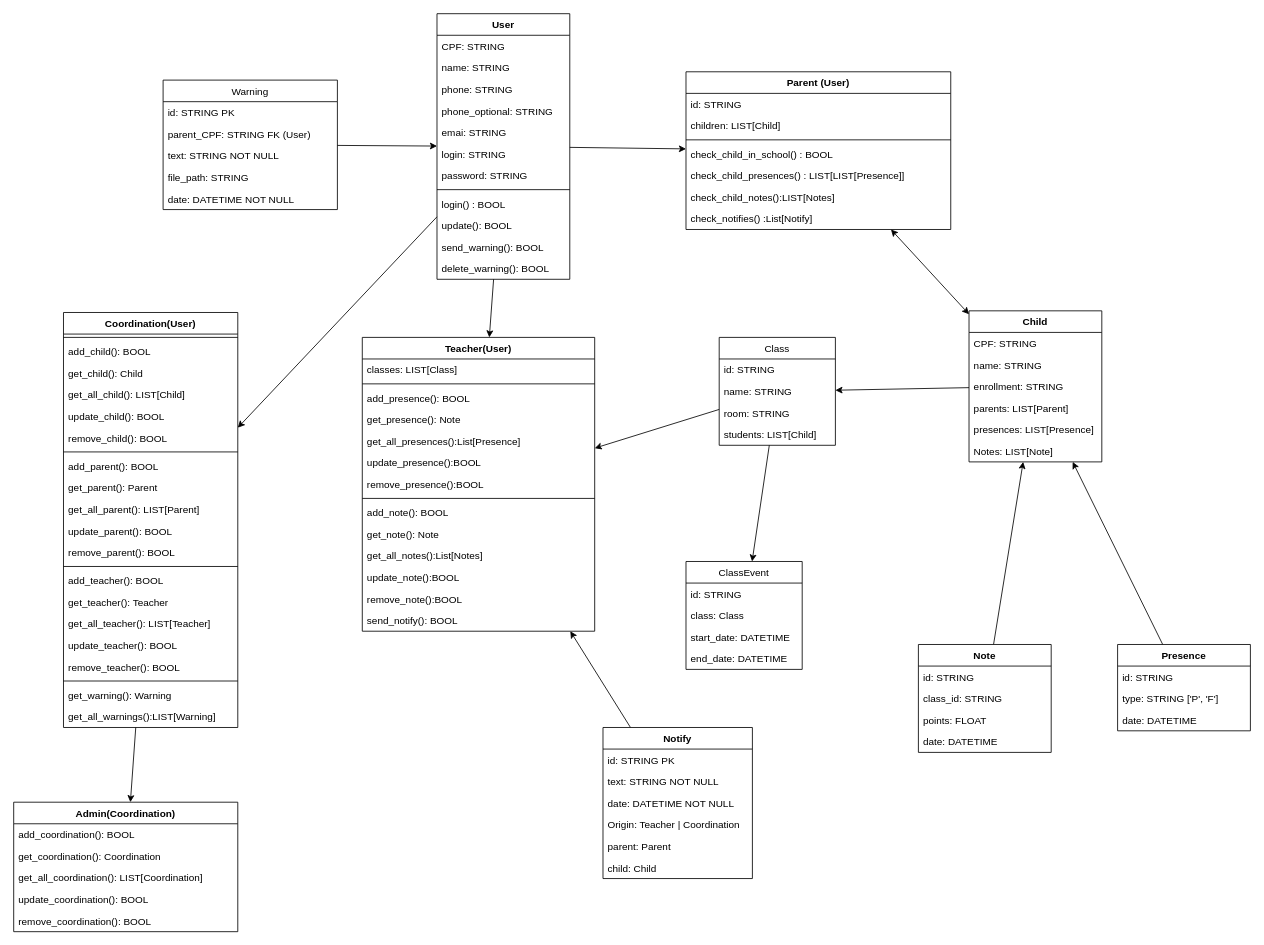
The draw.io diagram docs/diagrams/class.drawio in mauriciobenjamin700/SMEIF, before the edit. Source tidied: cells renumbered, new cells numbered last; positions are measured from the earlier drawing's top-left corner, leaving out a move shared by most shapes. Both pictures are drawn from the tidied source at 83%, with x=0, y=0 at pixel (13, 13).
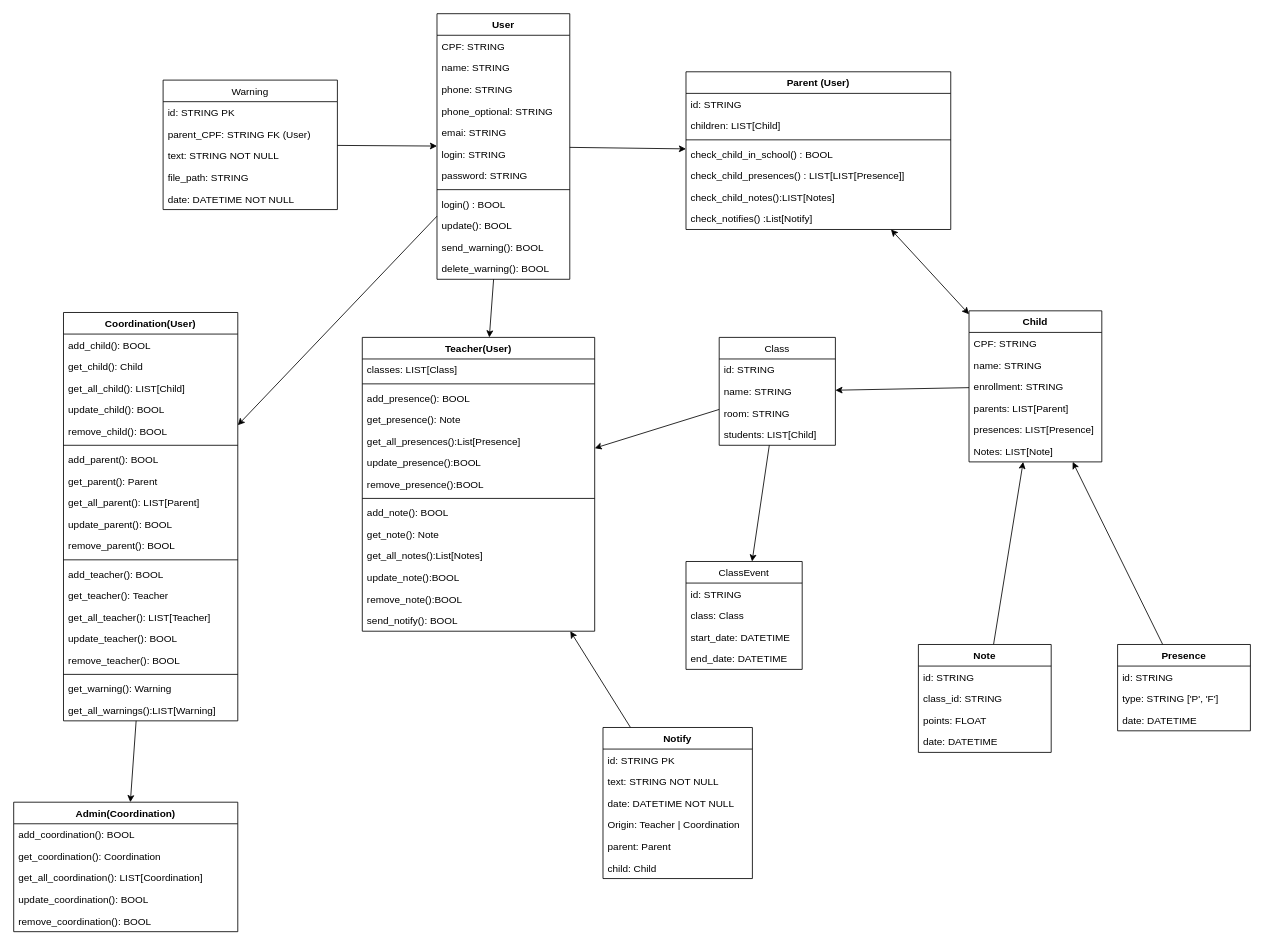
The same page after the edit.

The edit, as a diff of the source:
```diff
@@
     <mxCell id="41" value="Coordination(User)" style="swimlane;fontStyle=1;align=center;verticalAlign=top;horizontal=1;startSize=26;" parent="1" vertex="1">
-      <mxGeometry x="60" y="360" width="210" height="500" as="geometry" />
+      <mxGeometry x="60" y="360" width="210" height="492" as="geometry" />
     </mxCell>
-    <mxCell id="42" style="line;strokeWidth=1;fillColor=none;align=left;verticalAlign=middle;spacingTop=-1;spacingLeft=3;spacingRight=3;labelPosition=right;strokeColor=inherit;" parent="41" vertex="1">
-      <mxGeometry y="26" width="210" height="8" as="geometry" />
-    </mxCell>
     <mxCell id="43" value="add_child(): BOOL" style="text;strokeColor=none;fillColor=none;align=left;verticalAlign=top;spacingLeft=4;spacingRight=4;overflow=hidden;" parent="41" vertex="1">
-      <mxGeometry y="34" width="210" height="26" as="geometry" />
+      <mxGeometry y="26" width="210" height="26" as="geometry" />
     </mxCell>
     <mxCell id="44" value="get_child(): Child" style="text;strokeColor=none;fillColor=none;align=left;verticalAlign=top;spacingLeft=4;spacingRight=4;overflow=hidden;" parent="41" vertex="1">
-      <mxGeometry y="60" width="210" height="26" as="geometry" />
+      <mxGeometry y="52" width="210" height="26" as="geometry" />
     </mxCell>
     <mxCell id="45" value="get_all_child(): LIST[Child]" style="text;strokeColor=none;fillColor=none;align=left;verticalAlign=top;spacingLeft=4;spacingRight=4;overflow=hidden;" parent="41" vertex="1">
-      <mxGeometry y="86" width="210" height="26" as="geometry" />
+      <mxGeometry y="78" width="210" height="26" as="geometry" />
     </mxCell>
     <mxCell id="46" value="update_child(): BOOL" style="text;strokeColor=none;fillColor=none;align=left;verticalAlign=top;spacingLeft=4;spacingRight=4;overflow=hidden;" parent="41" vertex="1">
-      <mxGeometry y="112" width="210" height="26" as="geometry" />
+      <mxGeometry y="104" width="210" height="26" as="geometry" />
     </mxCell>
     <mxCell id="47" value="remove_child(): BOOL" style="text;strokeColor=none;fillColor=none;align=left;verticalAlign=top;spacingLeft=4;spacingRight=4;overflow=hidden;" parent="41" vertex="1">
-      <mxGeometry y="138" width="210" height="26" as="geometry" />
+      <mxGeometry y="130" width="210" height="26" as="geometry" />
     </mxCell>
     <mxCell id="48" style="line;strokeWidth=1;fillColor=none;align=left;verticalAlign=middle;spacingTop=-1;spacingLeft=3;spacingRight=3;labelPosition=right;strokeColor=inherit;" parent="41" vertex="1">
-      <mxGeometry y="164" width="210" height="8" as="geometry" />
+      <mxGeometry y="156" width="210" height="8" as="geometry" />
     </mxCell>
     <mxCell id="49" value="add_parent(): BOOL" style="text;strokeColor=none;fillColor=none;align=left;verticalAlign=top;spacingLeft=4;spacingRight=4;overflow=hidden;" parent="41" vertex="1">
-      <mxGeometry y="172" width="210" height="26" as="geometry" />
+      <mxGeometry y="164" width="210" height="26" as="geometry" />
     </mxCell>
     <mxCell id="50" value="get_parent(): Parent" style="text;strokeColor=none;fillColor=none;align=left;verticalAlign=top;spacingLeft=4;spacingRight=4;overflow=hidden;" parent="41" vertex="1">
-      <mxGeometry y="198" width="210" height="26" as="geometry" />
+      <mxGeometry y="190" width="210" height="26" as="geometry" />
     </mxCell>
     <mxCell id="51" value="get_all_parent(): LIST[Parent]" style="text;strokeColor=none;fillColor=none;align=left;verticalAlign=top;spacingLeft=4;spacingRight=4;overflow=hidden;" parent="41" vertex="1">
-      <mxGeometry y="224" width="210" height="26" as="geometry" />
+      <mxGeometry y="216" width="210" height="26" as="geometry" />
     </mxCell>
     <mxCell id="52" value="update_parent(): BOOL" style="text;strokeColor=none;fillColor=none;align=left;verticalAlign=top;spacingLeft=4;spacingRight=4;overflow=hidden;" parent="41" vertex="1">
-      <mxGeometry y="250" width="210" height="26" as="geometry" />
+      <mxGeometry y="242" width="210" height="26" as="geometry" />
     </mxCell>
     <mxCell id="53" value="remove_parent(): BOOL" style="text;strokeColor=none;fillColor=none;align=left;verticalAlign=top;spacingLeft=4;spacingRight=4;overflow=hidden;" parent="41" vertex="1">
-      <mxGeometry y="276" width="210" height="26" as="geometry" />
+      <mxGeometry y="268" width="210" height="26" as="geometry" />
     </mxCell>
     <mxCell id="54" style="line;strokeWidth=1;fillColor=none;align=left;verticalAlign=middle;spacingTop=-1;spacingLeft=3;spacingRight=3;labelPosition=right;strokeColor=inherit;" parent="41" vertex="1">
-      <mxGeometry y="302" width="210" height="8" as="geometry" />
+      <mxGeometry y="294" width="210" height="8" as="geometry" />
     </mxCell>
     <mxCell id="55" value="add_teacher(): BOOL" style="text;strokeColor=none;fillColor=none;align=left;verticalAlign=top;spacingLeft=4;spacingRight=4;overflow=hidden;" parent="41" vertex="1">
-      <mxGeometry y="310" width="210" height="26" as="geometry" />
+      <mxGeometry y="302" width="210" height="26" as="geometry" />
     </mxCell>
     <mxCell id="56" value="get_teacher(): Teacher" style="text;strokeColor=none;fillColor=none;align=left;verticalAlign=top;spacingLeft=4;spacingRight=4;overflow=hidden;" parent="41" vertex="1">
-      <mxGeometry y="336" width="210" height="26" as="geometry" />
+      <mxGeometry y="328" width="210" height="26" as="geometry" />
     </mxCell>
     <mxCell id="57" value="get_all_teacher(): LIST[Teacher]" style="text;strokeColor=none;fillColor=none;align=left;verticalAlign=top;spacingLeft=4;spacingRight=4;overflow=hidden;" parent="41" vertex="1">
-      <mxGeometry y="362" width="210" height="26" as="geometry" />
+      <mxGeometry y="354" width="210" height="26" as="geometry" />
     </mxCell>
     <mxCell id="58" value="update_teacher(): BOOL" style="text;strokeColor=none;fillColor=none;align=left;verticalAlign=top;spacingLeft=4;spacingRight=4;overflow=hidden;" parent="41" vertex="1">
-      <mxGeometry y="388" width="210" height="26" as="geometry" />
+      <mxGeometry y="380" width="210" height="26" as="geometry" />
     </mxCell>
     <mxCell id="59" value="remove_teacher(): BOOL" style="text;strokeColor=none;fillColor=none;align=left;verticalAlign=top;spacingLeft=4;spacingRight=4;overflow=hidden;" parent="41" vertex="1">
-      <mxGeometry y="414" width="210" height="26" as="geometry" />
+      <mxGeometry y="406" width="210" height="26" as="geometry" />
     </mxCell>
     <mxCell id="60" style="line;strokeWidth=1;fillColor=none;align=left;verticalAlign=middle;spacingTop=-1;spacingLeft=3;spacingRight=3;labelPosition=right;strokeColor=inherit;" parent="41" vertex="1">
-      <mxGeometry y="440" width="210" height="8" as="geometry" />
+      <mxGeometry y="432" width="210" height="8" as="geometry" />
     </mxCell>
     <mxCell id="61" value="get_warning(): Warning" style="text;strokeColor=none;fillColor=none;align=left;verticalAlign=top;spacingLeft=4;spacingRight=4;overflow=hidden;" parent="41" vertex="1">
-      <mxGeometry y="448" width="210" height="26" as="geometry" />
+      <mxGeometry y="440" width="210" height="26" as="geometry" />
     </mxCell>
     <mxCell id="62" value="get_all_warnings():LIST[Warning]" style="text;strokeColor=none;fillColor=none;align=left;verticalAlign=top;spacingLeft=4;spacingRight=4;overflow=hidden;" parent="41" vertex="1">
-      <mxGeometry y="474" width="210" height="26" as="geometry" />
+      <mxGeometry y="466" width="210" height="26" as="geometry" />
     </mxCell>
```
